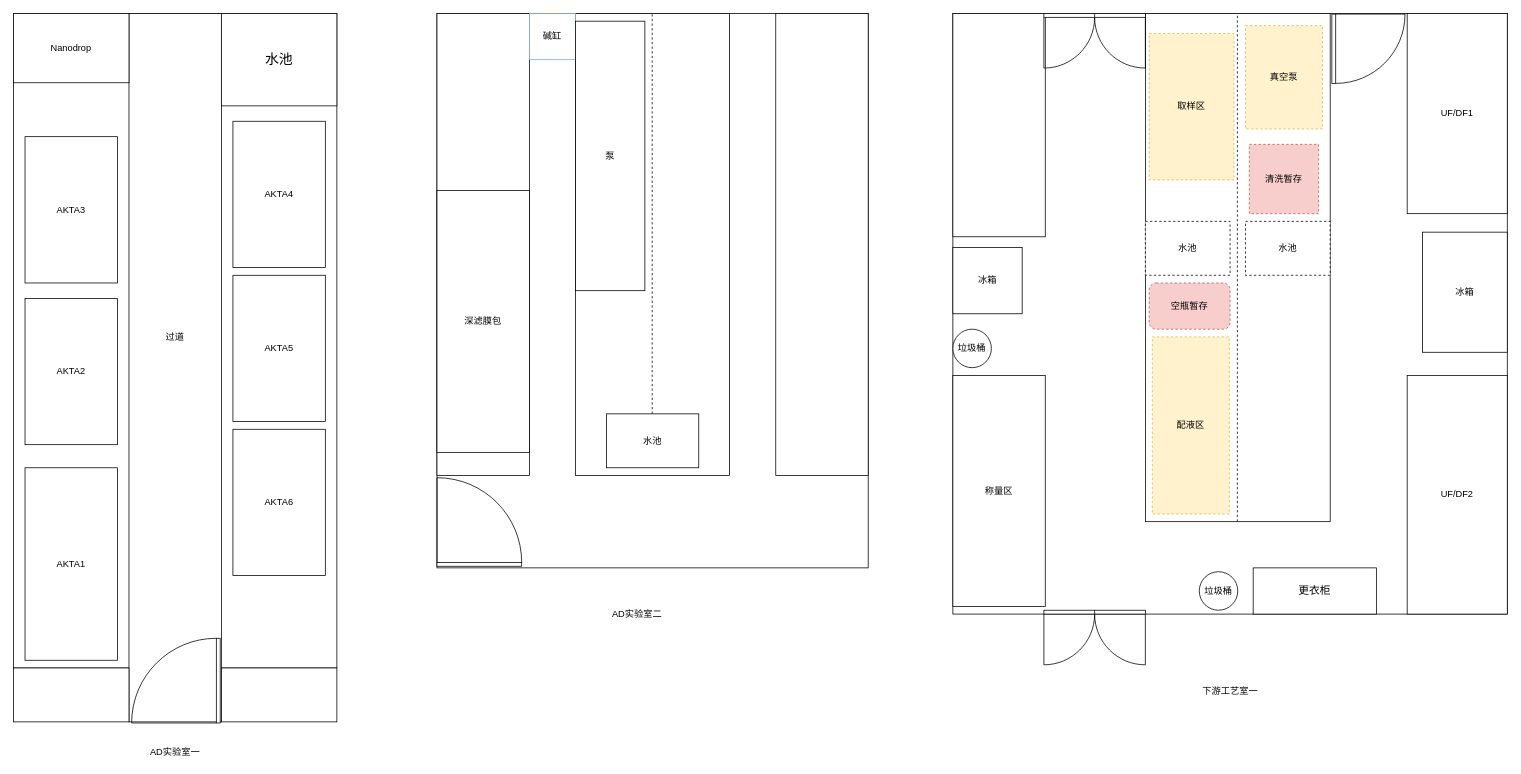
This is Untitled Diagram.drawio from ucbeanz/test, a draw.io file, before an edit. Source tidied: cells renumbered, new cells numbered last; positions are measured from the earlier drawing's top-left corner, leaving out a move shared by most shapes. Both pictures are drawn from the tidied source at 77%, with x=0, y=0 at pixel (13, 12).
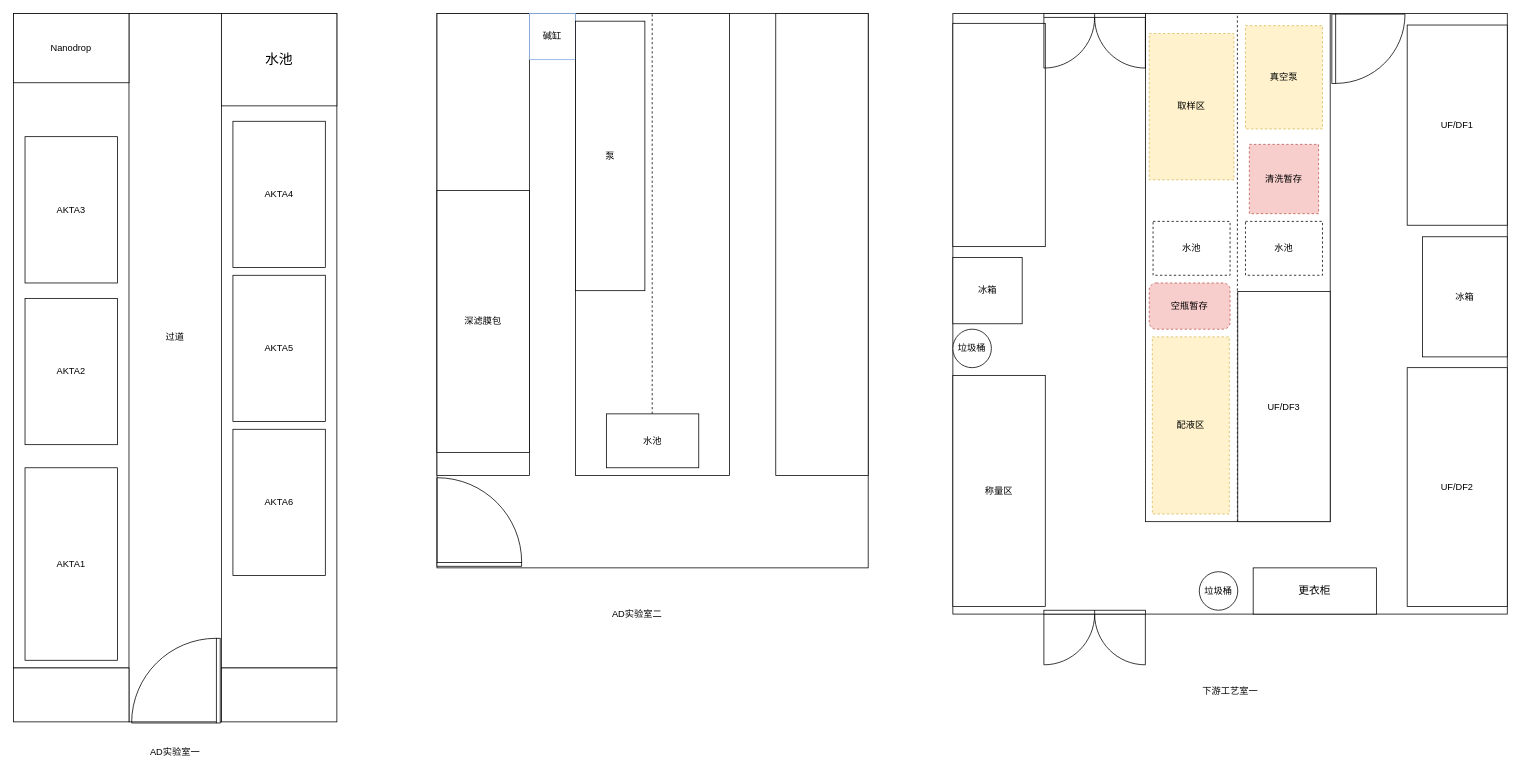
The same diagram, later.

Commit message:
rooms space design.drawio

Diff of the diagram source:
```diff
@@
     <mxCell id="29" style="rounded=0;whiteSpace=wrap;html=1;" parent="1" vertex="1">
-      <mxGeometry x="1220" y="2" width="120" height="290" as="geometry" />
+      <mxGeometry x="1220" y="14.8" width="120" height="290" as="geometry" />
     </mxCell>
     <mxCell id="30" value="UF/DF1" style="rounded=0;whiteSpace=wrap;html=1;" parent="1" vertex="1">
-      <mxGeometry x="1810" y="2" width="130" height="260" as="geometry" />
+      <mxGeometry x="1810" y="17" width="130" height="260" as="geometry" />
     </mxCell>
@@
     <mxCell id="32" value="UF/DF2" style="rounded=0;whiteSpace=wrap;html=1;" parent="1" vertex="1">
-      <mxGeometry x="1810" y="472" width="130" height="310" as="geometry" />
+      <mxGeometry x="1810" y="462" width="130" height="310" as="geometry" />
     </mxCell>
@@
     <mxCell id="41" value="冰箱" style="rounded=0;whiteSpace=wrap;html=1;strokeColor=#000000;fontColor=#000000;" parent="1" vertex="1">
-      <mxGeometry x="1220" y="306" width="90" height="86" as="geometry" />
+      <mxGeometry x="1220" y="319" width="90" height="86" as="geometry" />
     </mxCell>
     <mxCell id="42" value="冰箱" style="rounded=0;whiteSpace=wrap;html=1;strokeColor=#000000;fontColor=#000000;" parent="1" vertex="1">
-      <mxGeometry x="1830" y="286" width="110" height="156" as="geometry" />
+      <mxGeometry x="1830" y="292" width="110" height="156" as="geometry" />
     </mxCell>
@@
     <mxCell id="45" value="水池" style="rounded=0;whiteSpace=wrap;html=1;dashed=1;strokeColor=#000000;fontColor=#000000;" parent="1" vertex="1">
-      <mxGeometry x="1470" y="272" width="110" height="70" as="geometry" />
+      <mxGeometry x="1480" y="272" width="100" height="70" as="geometry" />
     </mxCell>
     <mxCell id="46" value="水池" style="rounded=0;whiteSpace=wrap;html=1;dashed=1;strokeColor=#000000;fontColor=#000000;" parent="1" vertex="1">
-      <mxGeometry x="1600" y="272" width="110" height="70" as="geometry" />
+      <mxGeometry x="1600" y="272" width="100" height="70" as="geometry" />
     </mxCell>
@@
+    <mxCell id="51" value="UF/DF3" style="rounded=0;whiteSpace=wrap;html=1;strokeColor=#000000;fontColor=#000000;" parent="1" vertex="1">
+      <mxGeometry x="1590" y="363" width="120" height="299" as="geometry" />
+    </mxCell>
```
